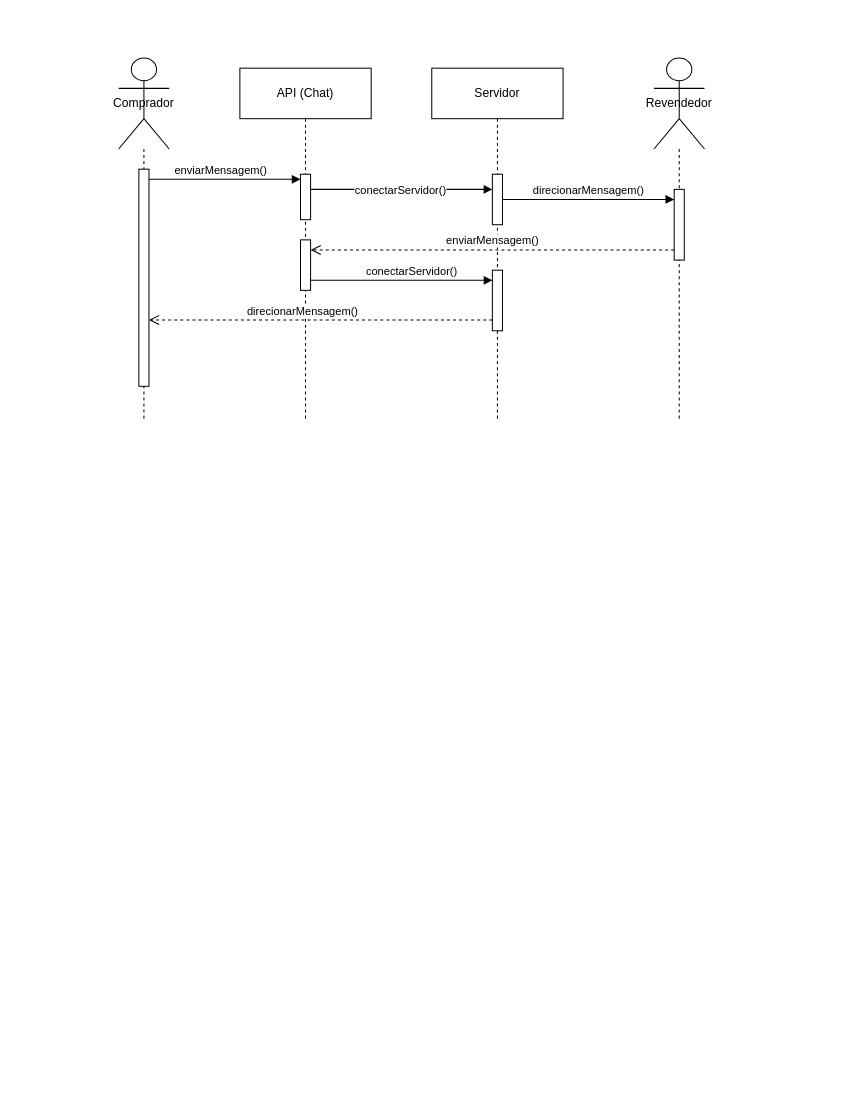
Burlina/Anilrub keeps this draw.io diagram as Diagramadesequencia.drawio. Above is the earlier version. Source tidied: cells renumbered, new cells numbered last; positions are measured from the earlier drawing's top-left corner, leaving out a move shared by most shapes. Both pictures are drawn from the tidied source at 101%, with x=0, y=0 at pixel (118, 58).
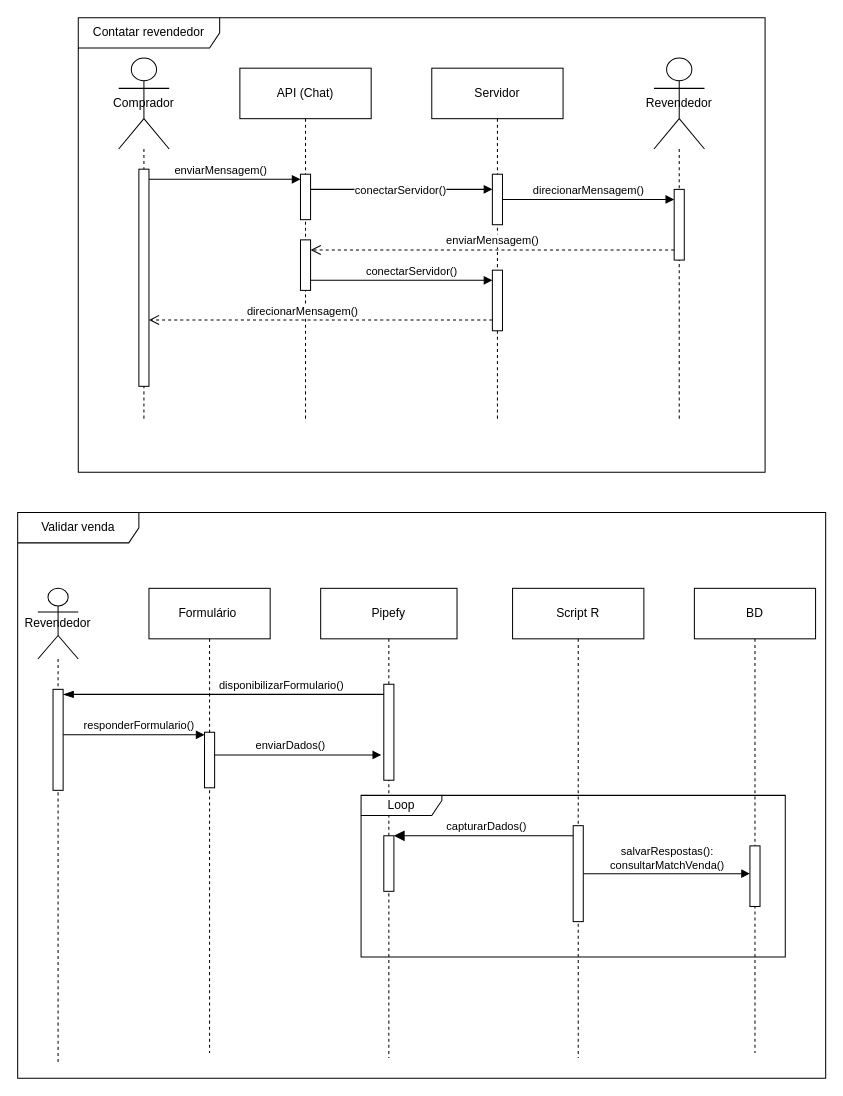
After the change.

Diff of the diagram source:
```diff
@@
+    <mxCell id="20" value="capturarDados()" style="html=1;verticalAlign=bottom;endArrow=block;endSize=8;curved=0;rounded=0;endFill=1;" parent="1" edge="1" source="36" target="35">
+      <mxGeometry relative="1" as="geometry" />
+    </mxCell>
+    <mxCell id="21" value="enviarDados()" style="html=1;verticalAlign=bottom;endArrow=block;curved=0;rounded=0;entryX=0.444;entryY=0.247;entryDx=0;entryDy=0;entryPerimeter=0;" parent="1" edge="1">
+      <mxGeometry x="-0.06" relative="1" as="geometry">
+        <mxPoint x="90" y="690.1" as="sourcePoint" />
+        <mxPoint x="259.9" y="690" as="targetPoint" />
+      </mxGeometry>
+    </mxCell>
+    <mxCell id="22" value="disponibilizarFormulario()" style="html=1;verticalAlign=bottom;endArrow=blockThin;endSize=8;curved=0;rounded=0;endFill=1;fillColor=#e1d5e7;strokeColor=#000000;" parent="1" edge="1" target="28">
+      <mxGeometry x="-0.05" relative="1" as="geometry">
+        <mxPoint x="174.2" y="630" as="sourcePoint" />
+        <Array as="points">
+          <mxPoint x="265" y="630" />
+          <mxPoint x="195" y="630" />
+        </Array>
+      </mxGeometry>
+    </mxCell>
+    <mxCell id="23" value="salvarRespostas():&lt;br&gt;consultarMatchVenda()" style="html=1;verticalAlign=bottom;endArrow=block;curved=0;rounded=0;" parent="1" edge="1" source="37" target="32">
+      <mxGeometry x="0.01" relative="1" as="geometry" />
+    </mxCell>
+    <mxCell id="24" value="responderFormulario()" style="html=1;verticalAlign=bottom;endArrow=block;curved=0;rounded=0;exitX=1;exitY=0;exitDx=0;exitDy=5;exitPerimeter=0;" parent="1" edge="1">
+      <mxGeometry x="0.07" relative="1" as="geometry">
+        <mxPoint x="-55" y="670" as="sourcePoint" />
+        <mxPoint x="85" y="670" as="targetPoint" />
+      </mxGeometry>
+    </mxCell>
@@
+    <mxCell id="25" value="Contatar revendedor" style="shape=umlFrame;whiteSpace=wrap;html=1;width=140;height=30;" parent="1" vertex="1">
+      <mxGeometry x="-40" y="-40" width="680" height="450" as="geometry" />
+    </mxCell>
+    <mxCell id="26" value="Validar venda" style="shape=umlFrame;whiteSpace=wrap;html=1;width=120;height=30;" parent="1" vertex="1">
+      <mxGeometry x="-100" y="450" width="800" height="560" as="geometry" />
+    </mxCell>
+    <mxCell id="27" value="Revendedor" style="shape=umlLifeline;perimeter=lifelinePerimeter;whiteSpace=wrap;html=1;newEdgeStyle={&quot;curved&quot;:0,&quot;rounded&quot;:0};participant=umlActor;size=70;align=center;" parent="1" vertex="1">
+      <mxGeometry x="-80" y="525" width="40" height="470" as="geometry" />
+    </mxCell>
+    <mxCell id="28" style="html=1;points=[[0,0,0,0,5],[0,1,0,0,-5],[1,0,0,0,5],[1,1,0,0,-5]];perimeter=orthogonalPerimeter;outlineConnect=0;targetShapes=umlLifeline;portConstraint=eastwest;newEdgeStyle={&quot;curved&quot;:0,&quot;rounded&quot;:0};" parent="27" vertex="1">
+      <mxGeometry x="15" y="100" width="10" height="100" as="geometry" />
+    </mxCell>
+    <mxCell id="29" value="Formulário&amp;nbsp;" style="shape=umlLifeline;perimeter=lifelinePerimeter;whiteSpace=wrap;html=1;newEdgeStyle={&quot;curved&quot;:0,&quot;rounded&quot;:0};size=50;" parent="1" vertex="1">
+      <mxGeometry x="30" y="525" width="120" height="460" as="geometry" />
+    </mxCell>
+    <mxCell id="30" style="html=1;perimeter=orthogonalPerimeter;targetShapes=umlLifeline;newEdgeStyle={&quot;curved&quot;:0,&quot;rounded&quot;:0};" parent="29" vertex="1">
+      <mxGeometry x="55" y="142.5" width="10" height="55" as="geometry" />
+    </mxCell>
+    <mxCell id="31" value="BD" style="shape=umlLifeline;perimeter=lifelinePerimeter;whiteSpace=wrap;html=1;newEdgeStyle={&quot;curved&quot;:0,&quot;rounded&quot;:0};size=50;" parent="1" vertex="1">
+      <mxGeometry x="570" y="525" width="120" height="460" as="geometry" />
+    </mxCell>
+    <mxCell id="32" style="html=1;points=[[0,0,0,0,5],[0,1,0,0,-5],[1,0,0,0,5],[1,1,0,0,-5]];perimeter=orthogonalPerimeter;outlineConnect=0;targetShapes=umlLifeline;portConstraint=eastwest;newEdgeStyle={&quot;curved&quot;:0,&quot;rounded&quot;:0};" parent="31" vertex="1">
+      <mxGeometry x="55" y="255" width="10" height="60" as="geometry" />
+    </mxCell>
+    <mxCell id="33" value="Pipefy" style="shape=umlLifeline;perimeter=lifelinePerimeter;whiteSpace=wrap;html=1;newEdgeStyle={&quot;curved&quot;:0,&quot;rounded&quot;:0};size=50;" parent="1" vertex="1">
+      <mxGeometry x="200" y="525" width="135" height="465" as="geometry" />
+    </mxCell>
+    <mxCell id="34" style="html=1;perimeter=orthogonalPerimeter;targetShapes=umlLifeline;newEdgeStyle={&quot;curved&quot;:0,&quot;rounded&quot;:0};" parent="33" vertex="1">
+      <mxGeometry x="62.5" y="95" width="10" height="95" as="geometry" />
+    </mxCell>
+    <mxCell id="35" style="html=1;points=[[0,0,0,0,5],[0,1,0,0,-5],[1,0,0,0,5],[1,1,0,0,-5]];perimeter=orthogonalPerimeter;outlineConnect=0;targetShapes=umlLifeline;portConstraint=eastwest;newEdgeStyle={&quot;curved&quot;:0,&quot;rounded&quot;:0};" parent="33" vertex="1">
+      <mxGeometry x="62.5" y="245" width="10" height="55" as="geometry" />
+    </mxCell>
+    <mxCell id="36" value="Script R" style="shape=umlLifeline;perimeter=lifelinePerimeter;whiteSpace=wrap;html=1;outlineConnect=0;portConstraint=eastwest;newEdgeStyle={&quot;curved&quot;:0,&quot;rounded&quot;:0};size=50;" parent="1" vertex="1">
+      <mxGeometry x="390" y="525" width="130" height="465" as="geometry" />
+    </mxCell>
+    <mxCell id="37" style="html=1;points=[[0,0,0,0,5],[0,1,0,0,-5],[1,0,0,0,5],[1,1,0,0,-5]];perimeter=orthogonalPerimeter;outlineConnect=0;targetShapes=umlLifeline;portConstraint=eastwest;newEdgeStyle={&quot;curved&quot;:0,&quot;rounded&quot;:0};" parent="36" vertex="1">
+      <mxGeometry x="60" y="235" width="10" height="95" as="geometry" />
+    </mxCell>
+    <mxCell id="38" value="Loop" style="shape=umlFrame;whiteSpace=wrap;html=1;width=80;height=20;" parent="1" vertex="1">
+      <mxGeometry x="240" y="730" width="420" height="160" as="geometry" />
+    </mxCell>
```
